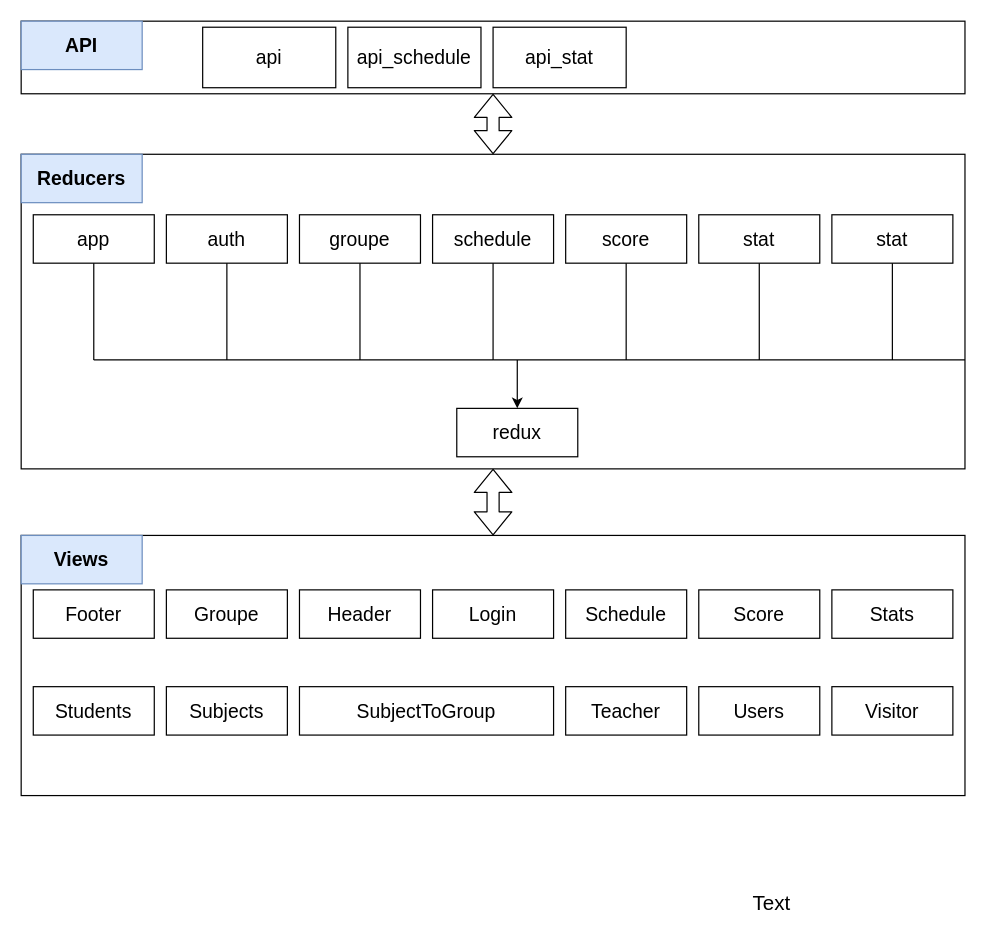
Earlier version of the draw.io diagram page "Page-1" (1 of 2) of Untitled Diagram.drawio (verenko/server). Source tidied: cells renumbered, new cells numbered last; positions are measured from the earlier drawing's top-left corner, leaving out a move shared by most shapes. Both pictures are drawn from the tidied source at 121%, with x=0, y=0 at pixel (21, 21).
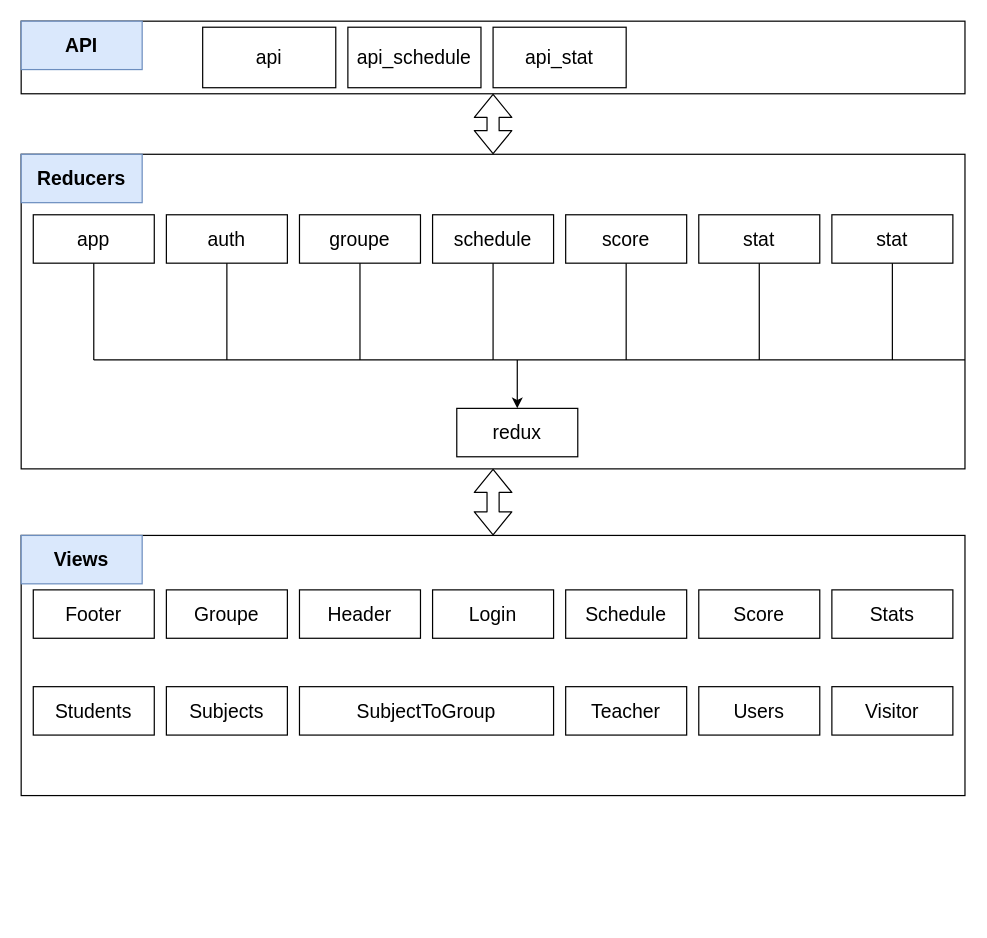
The same diagram, later.

What changed in the source:
```diff
@@
-    <mxCell id="44" value="Text" style="text;html=1;align=center;verticalAlign=middle;strokeColor=none;fontSize=17;" parent="1" vertex="1">
-      <mxGeometry x="600" y="720" width="40" height="20" as="geometry" />
-    </mxCell>
```
